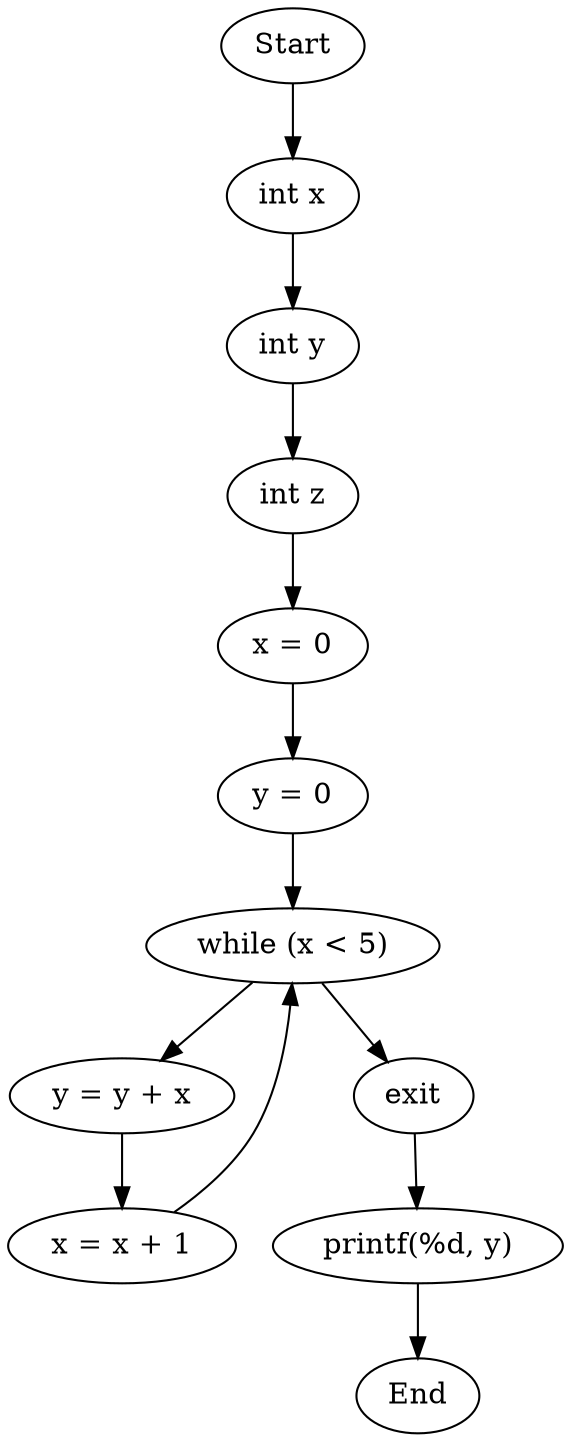
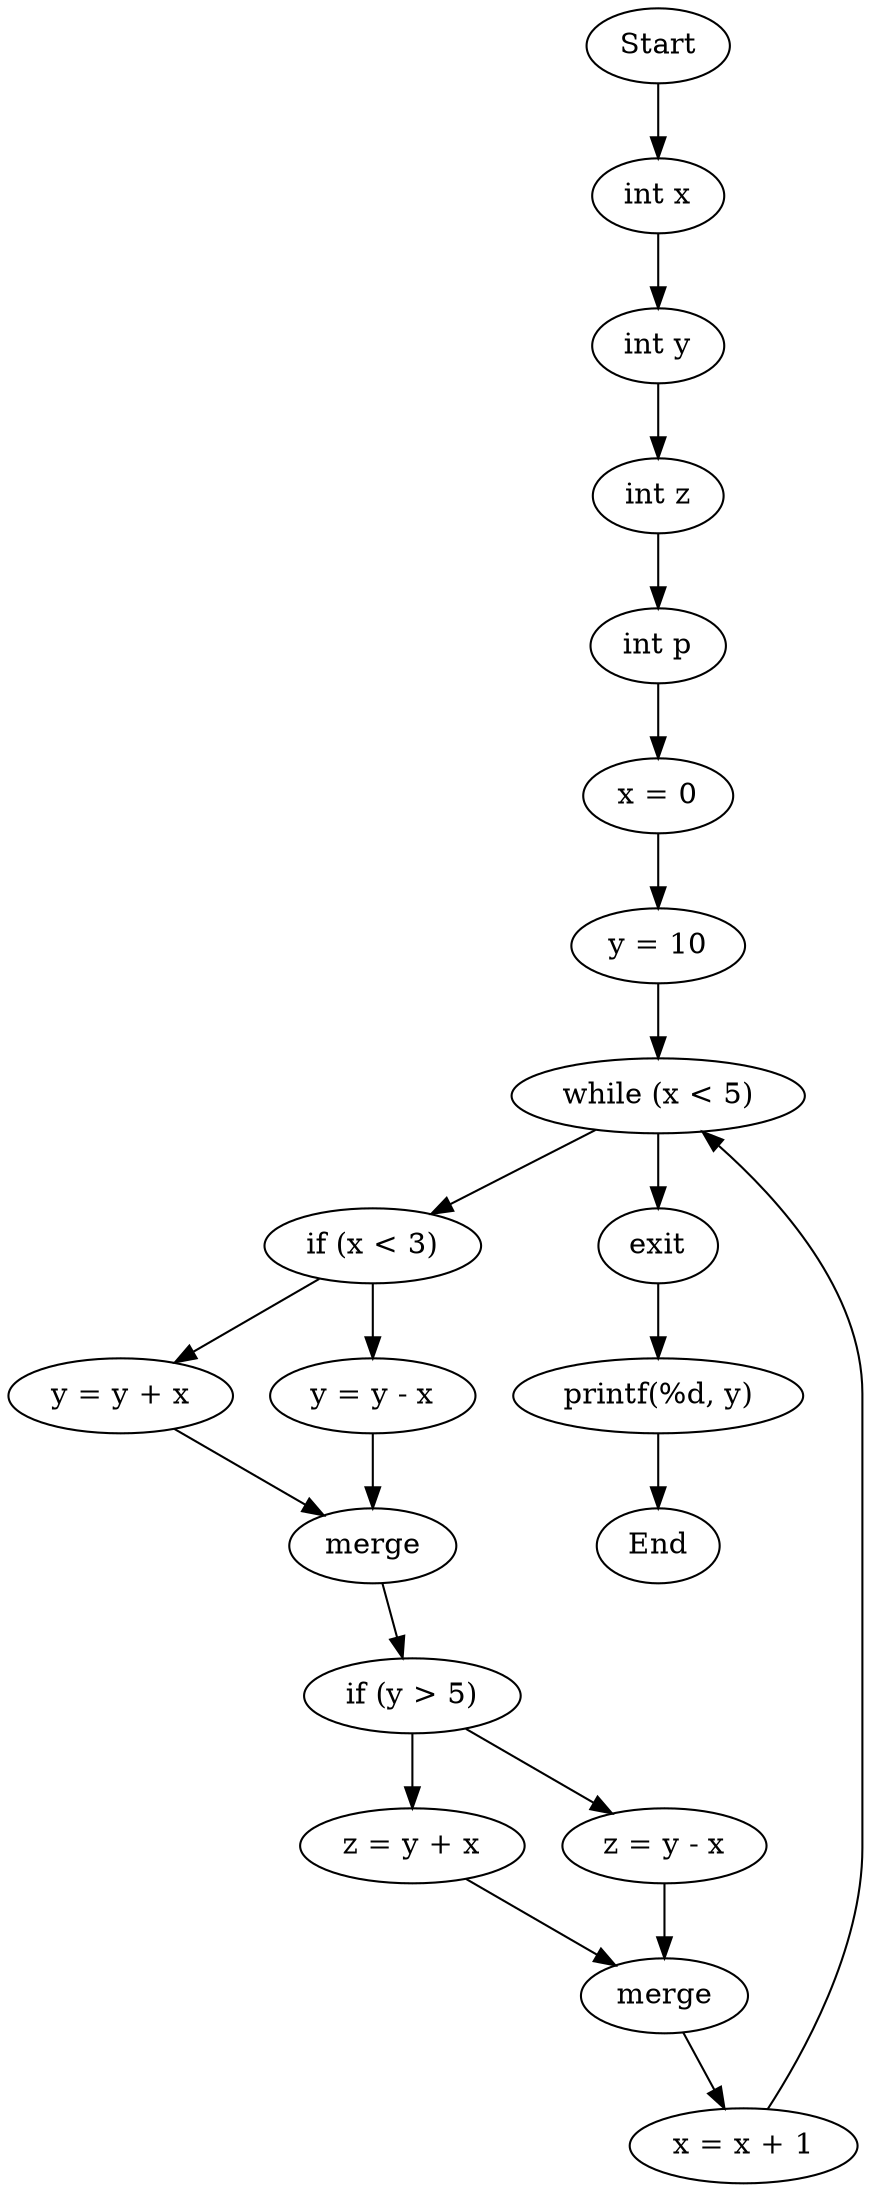
digraph CFG {
0 [label="Start"];
0 -> 1;
1 [label="int x"];
1 -> 2;
2 [label="int y"];
2 -> 3;
3 [label="int z"];
3 -> 4;
- 4 [label="x = 0"];
+ 4 [label="int p"];
4 -> 5;
- 5 [label="y = 0"];
+ 5 [label="x = 0"];
5 -> 6;
- 6 [label="while (x < 5)"];
+ 6 [label="y = 10"];
6 -> 7;
- 7 [label="y = y + x"];
+ 7 [label="while (x < 5)"];
7 -> 8;
- 8 [label="x = x + 1"];
- 8 -> 6;
- 6 -> 9;
- 9 [label="exit"];
- 9 -> 10;
- 10 [label="printf(%d, y)"];
+ 8 [label="if (x < 3)"];
+ 8 -> 9;
+ 9 [label="y = y + x"];
+ 9 -> 11;
+ 11 [label="merge"];
+ 11 -> 12;
+ 12 [label="if (y > 5)"];
+ 12 -> 13;
+ 13 [label="z = y + x"];
+ 13 -> 15;
+ 15 [label="merge"];
+ 15 -> 16;
+ 16 [label="x = x + 1"];
+ 16 -> 7;
+ 12 -> 14;
+ 14 [label="z = y - x"];
+ 14 -> 15;
+ 8 -> 10;
+ 10 [label="y = y - x"];
10 -> 11;
- 11 [label="End"];
+ 7 -> 17;
+ 17 [label="exit"];
+ 17 -> 18;
+ 18 [label="printf(%d, y)"];
+ 18 -> 19;
+ 19 [label="End"];
}
